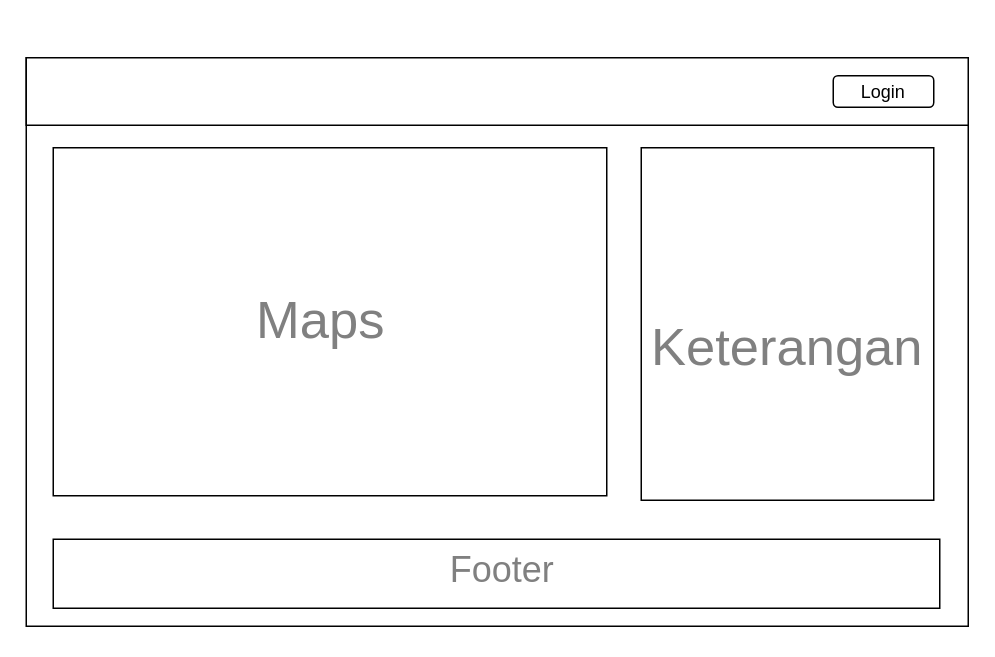
AmirRazer/DrawIoErd keeps this draw.io diagram as page "Detail maps" (3 of 27) of mockup gis.drawio. Above is the earlier version. Source tidied: cells renumbered, new cells numbered last; positions are measured from the earlier drawing's top-left corner, leaving out a move shared by most shapes. Both pictures are drawn from the tidied source at 150%, with x=0, y=0 at pixel (26, 57).
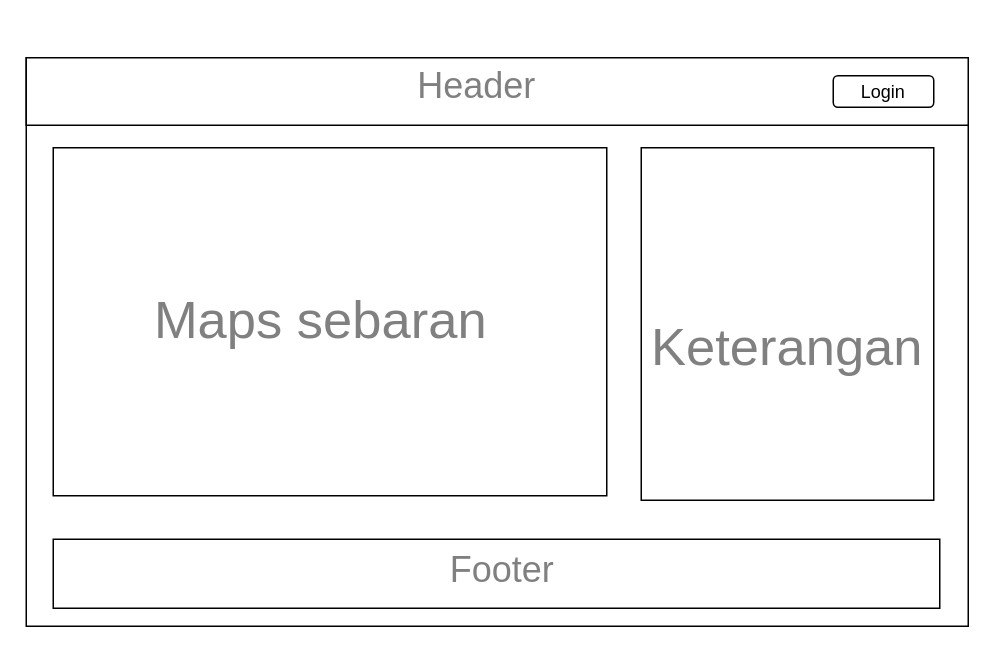
The same diagram, later.

Diff of the diagram source:
```diff
@@
 <mxGraphModel>
   <root>
     <mxCell id="0" />
     <mxCell id="1" parent="0" />
     <mxCell id="2" style="rounded=0;whiteSpace=wrap;html=1;" parent="1" vertex="1">
       <mxGeometry width="628" height="379" as="geometry" />
     </mxCell>
     <mxCell id="3" style="rounded=0;whiteSpace=wrap;html=1;" parent="1" vertex="1">
       <mxGeometry width="628" height="45" as="geometry" />
     </mxCell>
     <mxCell id="4" value="Login" style="rounded=1;whiteSpace=wrap;html=1;" parent="1" vertex="1">
       <mxGeometry x="538" y="12" width="67" height="21" as="geometry" />
     </mxCell>
     <mxCell id="5" style="rounded=0;whiteSpace=wrap;html=1;" parent="1" vertex="1">
       <mxGeometry x="18" y="60" width="369" height="232" as="geometry" />
     </mxCell>
     <mxCell id="6" style="rounded=0;whiteSpace=wrap;html=1;" parent="1" vertex="1">
       <mxGeometry x="18" y="321" width="591" height="46" as="geometry" />
     </mxCell>
-    <mxCell id="7" value="&lt;font style=&quot;font-size: 35px;&quot;&gt;Maps&lt;/font&gt;" style="text;html=1;align=center;verticalAlign=middle;whiteSpace=wrap;rounded=0;fontSize=16;fontColor=#808080;" parent="1" vertex="1">
+    <mxCell id="7" value="&lt;font style=&quot;font-size: 35px;&quot;&gt;Maps sebaran&lt;/font&gt;" style="text;html=1;align=center;verticalAlign=middle;whiteSpace=wrap;rounded=0;fontSize=16;fontColor=#808080;" parent="1" vertex="1">
       <mxGeometry x="76" y="134" width="241" height="80" as="geometry" />
     </mxCell>
     <mxCell id="8" value="&lt;font style=&quot;font-size: 24px;&quot;&gt;Footer&lt;/font&gt;" style="text;html=1;align=center;verticalAlign=middle;whiteSpace=wrap;rounded=0;fontSize=16;fontColor=#808080;" parent="1" vertex="1">
       <mxGeometry x="197" y="302" width="241" height="80" as="geometry" />
     </mxCell>
     <mxCell id="9" style="rounded=0;whiteSpace=wrap;html=1;" parent="1" vertex="1">
       <mxGeometry x="410" y="60" width="195" height="235" as="geometry" />
     </mxCell>
     <mxCell id="10" value="&lt;span style=&quot;font-size: 35px;&quot;&gt;Keterangan&lt;/span&gt;" style="text;html=1;align=center;verticalAlign=middle;whiteSpace=wrap;rounded=0;fontSize=16;fontColor=#808080;" parent="1" vertex="1">
       <mxGeometry x="387" y="152" width="241" height="80" as="geometry" />
     </mxCell>
+    <mxCell id="11" value="&lt;font style=&quot;font-size: 24px;&quot;&gt;Header&lt;/font&gt;" style="text;html=1;align=center;verticalAlign=middle;whiteSpace=wrap;rounded=0;fontSize=16;fontColor=#808080;" parent="1" vertex="1">
+      <mxGeometry x="180" y="-21" width="241" height="80" as="geometry" />
+    </mxCell>
   </root>
 </mxGraphModel>
```
